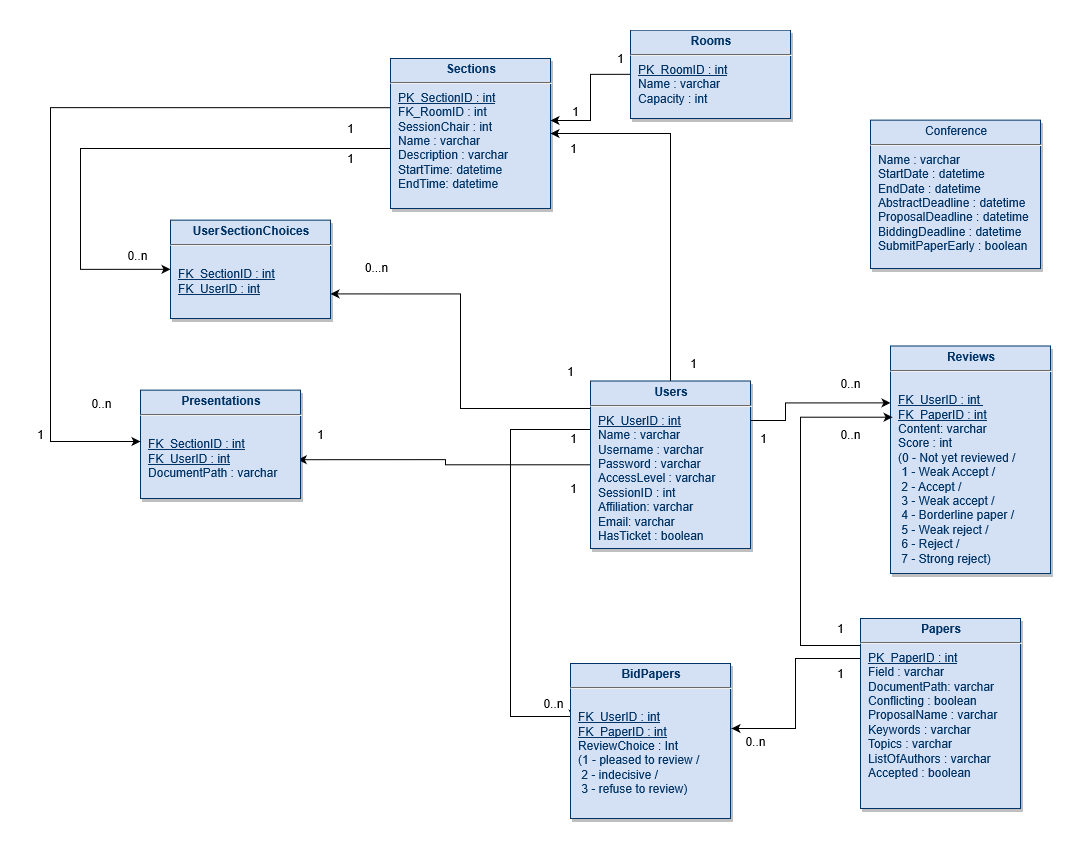
Before: documents/images/Database Diagram.png, a diagram exported from draw.io (horatiu-udrea/RuntimeTerror). Source tidied: cells renumbered, new cells last; positions are measured from the earlier drawing's top-left corner, leaving out a move shared by most shapes.
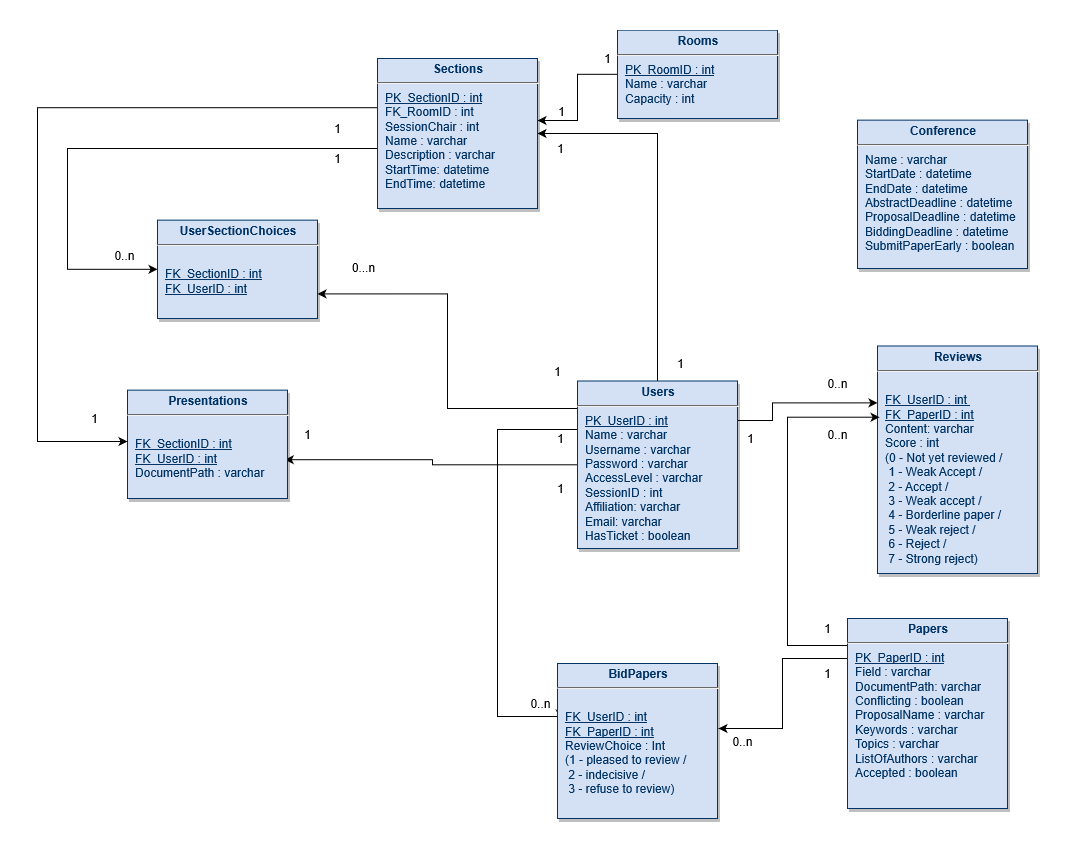
The same diagram one commit later.

The edit, as a diff of the source:
```diff
@@ -140,11 +140,8 @@
       <mxGeometry x="310" y="88" width="20" height="20" as="geometry" />
     </mxCell>
     <mxCell id="29" value="1" style="text;html=1;align=center;verticalAlign=middle;" parent="1" vertex="1">
-      <mxGeometry y="394.2" width="20" height="20" as="geometry" />
+      <mxGeometry x="67" y="378" width="20" height="20" as="geometry" />
     </mxCell>
-    <mxCell id="30" value="0..n" style="text;html=1;align=center;verticalAlign=middle;" parent="1" vertex="1">
-      <mxGeometry x="51" y="363" width="40" height="20" as="geometry" />
-    </mxCell>
     <mxCell id="31" value="1&lt;br&gt;" style="text;html=1;align=center;verticalAlign=middle;" parent="1" vertex="1">
       <mxGeometry x="800" y="633" width="20" height="20" as="geometry" />
     </mxCell>
@@ -175,7 +172,7 @@
     <mxCell id="40" value="1" style="text;html=1;align=center;verticalAlign=middle;" parent="1" vertex="1">
       <mxGeometry x="280" y="394.2" width="20" height="20" as="geometry" />
     </mxCell>
-    <mxCell id="41" value="&lt;p style=&quot;margin: 4px 0px 0px ; text-align: center&quot;&gt;Conference&lt;/p&gt;&lt;hr&gt;&lt;p style=&quot;margin: 0px ; margin-left: 8px&quot;&gt;Name : varchar&lt;/p&gt;&lt;p style=&quot;margin: 0px ; margin-left: 8px&quot;&gt;StartDate : datetime&lt;/p&gt;&lt;p style=&quot;margin: 0px ; margin-left: 8px&quot;&gt;EndDate : datetime&lt;/p&gt;&lt;p style=&quot;margin: 0px ; margin-left: 8px&quot;&gt;AbstractDeadline : datetime&lt;/p&gt;&lt;p style=&quot;margin: 0px ; margin-left: 8px&quot;&gt;ProposalDeadline : datetime&lt;/p&gt;&lt;p style=&quot;margin: 0px ; margin-left: 8px&quot;&gt;BiddingDeadline : datetime&lt;/p&gt;&lt;p style=&quot;margin: 0px ; margin-left: 8px&quot;&gt;SubmitPaperEarly : boolean&lt;/p&gt;&lt;p style=&quot;margin: 0px ; margin-left: 8px&quot;&gt;&lt;br&gt;&lt;/p&gt;&lt;p style=&quot;margin: 0px ; margin-left: 8px&quot;&gt;&lt;br&gt;&lt;/p&gt;" style="verticalAlign=top;align=left;overflow=fill;fontSize=12;fontFamily=Helvetica;html=1;strokeColor=#003366;shadow=1;fillColor=#D4E1F5;fontColor=#003366;" parent="1" vertex="1">
+    <mxCell id="41" value="&lt;p style=&quot;margin: 4px 0px 0px ; text-align: center&quot;&gt;&lt;b&gt;Conference&lt;/b&gt;&lt;/p&gt;&lt;hr&gt;&lt;p style=&quot;margin: 0px ; margin-left: 8px&quot;&gt;Name : varchar&lt;/p&gt;&lt;p style=&quot;margin: 0px ; margin-left: 8px&quot;&gt;StartDate : datetime&lt;/p&gt;&lt;p style=&quot;margin: 0px ; margin-left: 8px&quot;&gt;EndDate : datetime&lt;/p&gt;&lt;p style=&quot;margin: 0px ; margin-left: 8px&quot;&gt;AbstractDeadline : datetime&lt;/p&gt;&lt;p style=&quot;margin: 0px ; margin-left: 8px&quot;&gt;ProposalDeadline : datetime&lt;/p&gt;&lt;p style=&quot;margin: 0px ; margin-left: 8px&quot;&gt;BiddingDeadline : datetime&lt;/p&gt;&lt;p style=&quot;margin: 0px ; margin-left: 8px&quot;&gt;SubmitPaperEarly : boolean&lt;/p&gt;&lt;p style=&quot;margin: 0px ; margin-left: 8px&quot;&gt;&lt;br&gt;&lt;/p&gt;&lt;p style=&quot;margin: 0px ; margin-left: 8px&quot;&gt;&lt;br&gt;&lt;/p&gt;" style="verticalAlign=top;align=left;overflow=fill;fontSize=12;fontFamily=Helvetica;html=1;strokeColor=#003366;shadow=1;fillColor=#D4E1F5;fontColor=#003366;" parent="1" vertex="1">
       <mxGeometry x="840" y="89.6" width="170" height="148.4" as="geometry" />
     </mxCell>
   </root>
```
